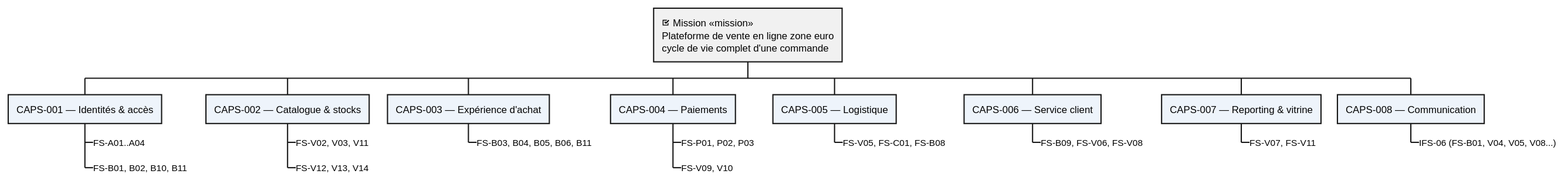
Earlier version of the PlantUML export architecture/02-system-analysis/diagrams/sa-mission-caps-functions.svg (louistalvande/online_shop).
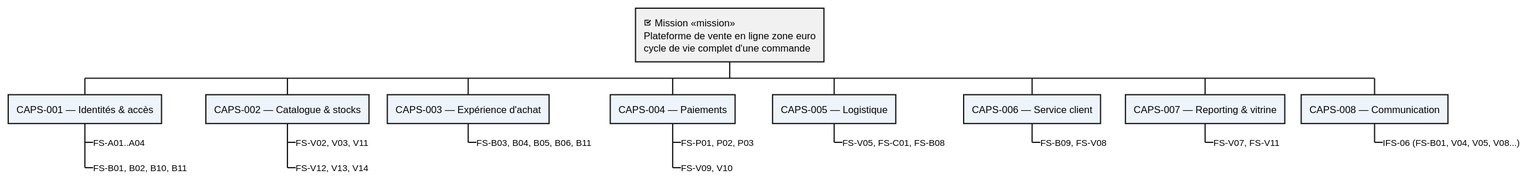
The same file after the commit.

What changed in the source:
```diff
@@ -36,7 +36,7 @@
 ***_ FS-V05, FS-C01, FS-B08 <<funcs>>
 
 ** CAPS-006 — Service client <<caps>>
-***_ FS-B09, FS-V06, FS-V08 <<funcs>>
+***_ FS-B09, FS-V08 <<funcs>>
 
 ** CAPS-007 — Reporting & vitrine <<caps>>
 ***_ FS-V07, FS-V11 <<funcs>>
```
